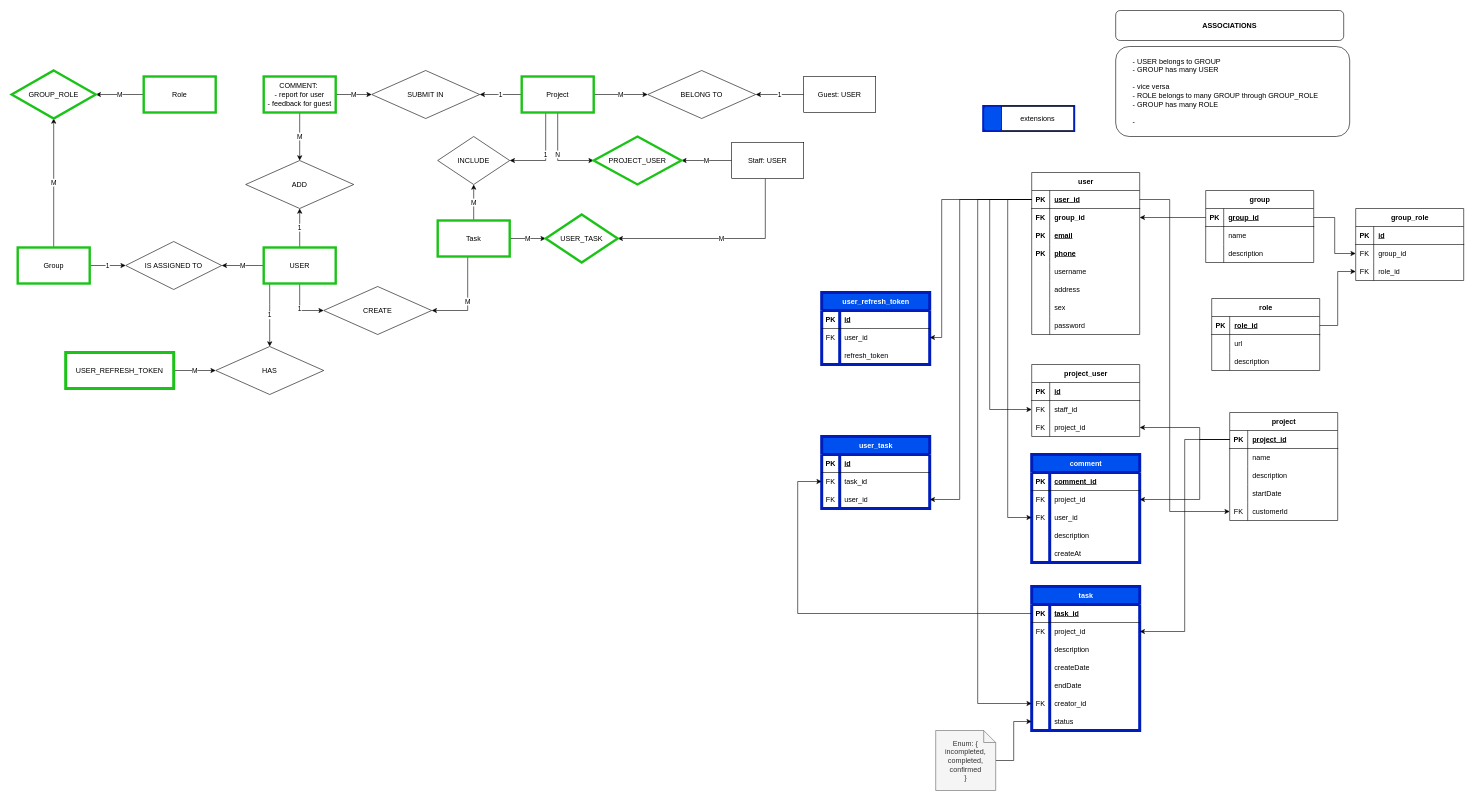
The draw.io diagram _docs/mibusiness.drawio in ngvihoa/mibusiness, before the edit. Source tidied: cells renumbered, new cells numbered last; positions are measured from the earlier drawing's top-left corner, leaving out a move shared by most shapes. Both pictures are drawn from the tidied source at 60%, with x=0, y=0 at pixel (11, 10).
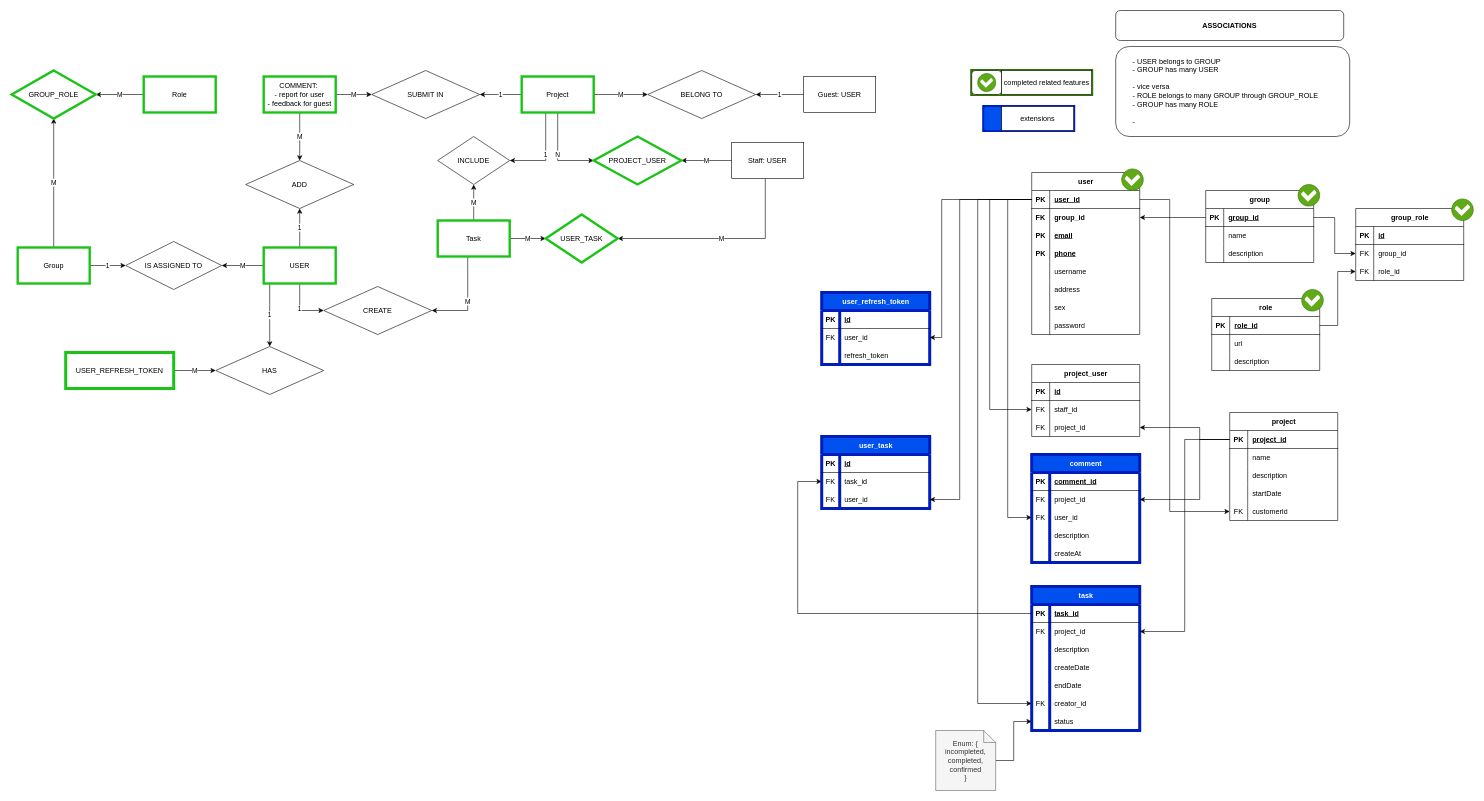
After the change.

Diff of the diagram source:
```diff
@@
+    <mxCell id="200" style="shadow=0;dashed=0;html=1;strokeColor=#2D7600;fillColor=#60a917;labelPosition=center;verticalLabelPosition=bottom;verticalAlign=top;align=center;shape=mxgraph.veeam.checked;fontColor=#ffffff;" parent="1" vertex="1">
+      <mxGeometry x="2144" y="290" width="36" height="36" as="geometry" />
+    </mxCell>
+    <mxCell id="201" style="shadow=0;dashed=0;html=1;strokeColor=#2D7600;fillColor=#60a917;labelPosition=center;verticalLabelPosition=bottom;verticalAlign=top;align=center;shape=mxgraph.veeam.checked;fontColor=#ffffff;" parent="1" vertex="1">
+      <mxGeometry x="1850" y="264" width="36" height="36" as="geometry" />
+    </mxCell>
+    <mxCell id="202" style="shadow=0;dashed=0;html=1;strokeColor=#2D7600;fillColor=#60a917;labelPosition=center;verticalLabelPosition=bottom;verticalAlign=top;align=center;shape=mxgraph.veeam.checked;fontColor=#ffffff;" parent="1" vertex="1">
+      <mxGeometry x="2150" y="465" width="36" height="36" as="geometry" />
+    </mxCell>
+    <mxCell id="203" style="shadow=0;dashed=0;html=1;strokeColor=#2D7600;fillColor=#60a917;labelPosition=center;verticalLabelPosition=bottom;verticalAlign=top;align=center;shape=mxgraph.veeam.checked;fontColor=#ffffff;" parent="1" vertex="1">
+      <mxGeometry x="2400" y="314" width="36" height="36" as="geometry" />
+    </mxCell>
+    <mxCell id="204" style="group;strokeWidth=5;fillColor=#60a917;fontColor=#ffffff;strokeColor=#2D7600;" parent="1" vertex="1">
+      <mxGeometry x="1600" y="100" width="200" height="40" as="geometry" />
+    </mxCell>
+    <mxCell id="205" style="rounded=1;whiteSpace=wrap;html=1;" parent="204" vertex="1">
+      <mxGeometry width="50" height="40" as="geometry" />
+    </mxCell>
+    <mxCell id="206" value="completed related features" style="rounded=0;whiteSpace=wrap;html=1;" parent="204" vertex="1">
+      <mxGeometry x="50" width="150" height="40" as="geometry" />
+    </mxCell>
+    <mxCell id="207" style="shadow=0;dashed=0;html=1;strokeColor=#2D7600;fillColor=#60a917;labelPosition=center;verticalLabelPosition=bottom;verticalAlign=top;align=center;shape=mxgraph.veeam.checked;fontColor=#ffffff;" parent="204" vertex="1">
+      <mxGeometry x="10" y="5" width="30" height="30" as="geometry" />
+    </mxCell>
```
